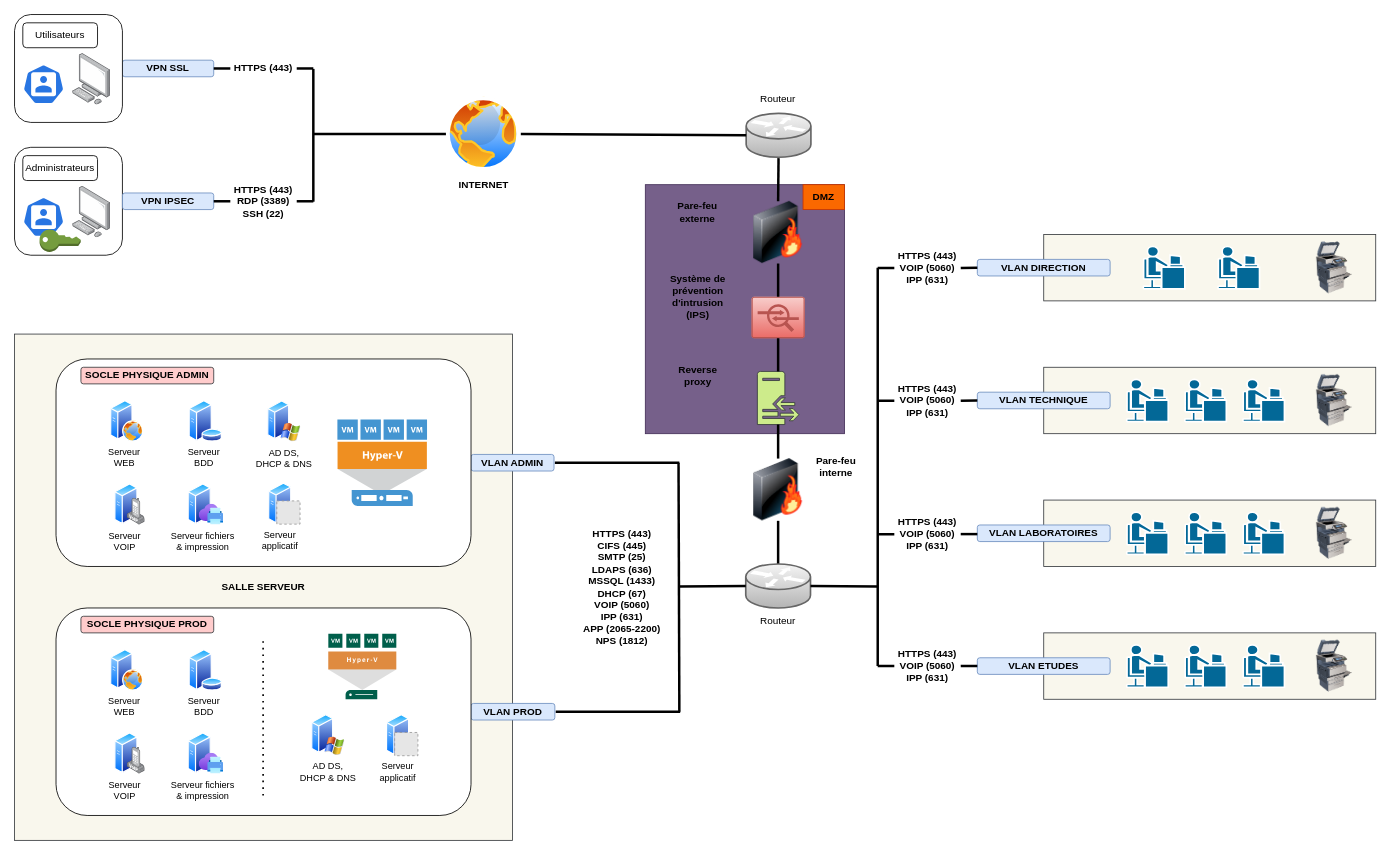
This is p11.drawio from ecto-w/openclassrooms_ASR, a draw.io file, before an edit. Source tidied: cells renumbered, new cells numbered last; positions are measured from the earlier drawing's top-left corner, leaving out a move shared by most shapes. Both pictures are drawn from the tidied source at 83%, with x=0, y=0 at pixel (14, 14). Pictures stored in the file or linked from it are replaced by grey dashed boxes.
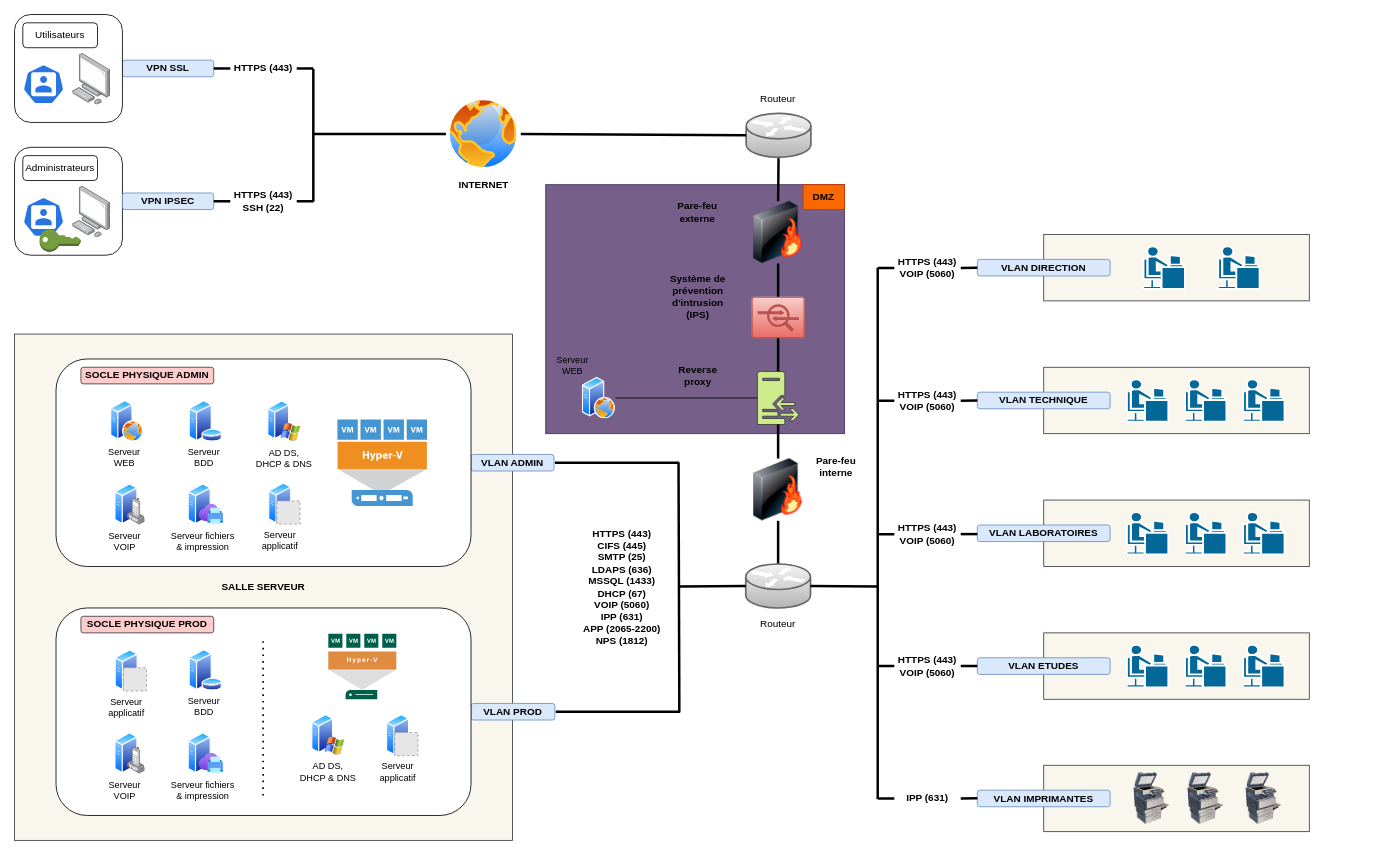
Above is the later version.

Unchanged cells that the change refers to:
```xml
<mxCell id="23" style="sketch=0;shadow=0;dashed=0;html=1;strokeColor=#36393d;fillColor=#cdeb8b;labelPosition=center;verticalLabelPosition=bottom;verticalAlign=top;outlineConnect=0;align=center;shape=mxgraph.office.servers.reverse_proxy;" parent="1" vertex="1">
  <mxGeometry x="895" y="430" width="50" height="64" as="geometry" />
</mxCell>
```

What changed in the source:
```diff
@@
+    <mxCell id="143" style="rounded=0;whiteSpace=wrap;html=1;shadow=0;glass=0;align=center;fillColor=#f9f7ed;strokeColor=#36393d;" parent="1" vertex="1">
+      <mxGeometry x="1240" y="904.5" width="320" height="80" as="geometry" />
+    </mxCell>
     <mxCell id="2" style="rounded=0;whiteSpace=wrap;html=1;fillColor=#76608a;fontColor=#ffffff;strokeColor=#432D57;" parent="1" vertex="1">
-      <mxGeometry x="760" y="205" width="240" height="300" as="geometry" />
+      <mxGeometry x="640" y="205" width="360" height="300" as="geometry" />
     </mxCell>
     <mxCell id="3" style="rounded=0;whiteSpace=wrap;html=1;shadow=0;glass=0;align=center;fillColor=#f9f7ed;strokeColor=#36393d;" parent="1" vertex="1">
-      <mxGeometry x="1240" y="745" width="400" height="80" as="geometry" />
+      <mxGeometry x="1240" y="745" width="320" height="80" as="geometry" />
     </mxCell>
     <mxCell id="4" style="rounded=0;whiteSpace=wrap;html=1;shadow=0;glass=0;align=center;fillColor=#f9f7ed;strokeColor=#36393d;" parent="1" vertex="1">
-      <mxGeometry x="1240" y="585" width="400" height="80" as="geometry" />
+      <mxGeometry x="1240" y="585" width="320" height="80" as="geometry" />
     </mxCell>
     <mxCell id="5" style="rounded=0;whiteSpace=wrap;html=1;shadow=0;glass=0;align=center;fillColor=#f9f7ed;strokeColor=#36393d;" parent="1" vertex="1">
-      <mxGeometry x="1240" y="425" width="400" height="80" as="geometry" />
+      <mxGeometry x="1240" y="425" width="320" height="80" as="geometry" />
     </mxCell>
     <mxCell id="6" style="rounded=0;whiteSpace=wrap;html=1;shadow=0;glass=0;align=center;fillColor=#f9f7ed;strokeColor=#36393d;" parent="1" vertex="1">
-      <mxGeometry x="1240" y="265" width="400" height="80" as="geometry" />
+      <mxGeometry x="1240" y="265" width="320" height="80" as="geometry" />
     </mxCell>
@@
-    <mxCell id="46" style="group;" parent="1" vertex="1">
-      <mxGeometry x="110" y="765" width="50.8" height="78" as="geometry" />
-    </mxCell>
-    <mxCell id="47" style="image;perimeter=ellipsePerimeter;html=1;align=center;shadow=0;dashed=0;spacingTop=3;image=img/lib/active_directory/web_server.svg;" parent="46" vertex="1">
-      <mxGeometry x="5.7" width="40" height="50" as="geometry" />
-    </mxCell>
-    <mxCell id="48" value="Serveur WEB" style="text;html=1;strokeColor=none;fillColor=none;align=center;verticalAlign=middle;whiteSpace=wrap;rounded=0;fontStyle=0;fontSize=11;" parent="46" vertex="1">
-      <mxGeometry y="55" width="45.1" height="28" as="geometry" />
-    </mxCell>
-    <mxCell id="49" style="group;" parent="46" vertex="1">
-      <mxGeometry x="95.7" width="45.1" height="78" as="geometry" />
-    </mxCell>
-    <mxCell id="50" style="image;perimeter=ellipsePerimeter;html=1;align=center;shadow=0;dashed=0;spacingTop=3;image=img/lib/active_directory/database_server.svg;" parent="49" vertex="1">
-      <mxGeometry x="4.1" width="41" height="50" as="geometry" />
-    </mxCell>
-    <mxCell id="51" value="Serveur BDD" style="text;html=1;strokeColor=none;fillColor=none;align=center;verticalAlign=middle;whiteSpace=wrap;rounded=0;fontStyle=0;fontSize=11;" parent="49" vertex="1">
-      <mxGeometry y="55" width="45.1" height="28" as="geometry" />
-    </mxCell>
@@
     <mxCell id="71" value="Routeur" style="text;html=1;strokeColor=none;fillColor=none;align=center;verticalAlign=middle;whiteSpace=wrap;rounded=0;" parent="1" vertex="1">
-      <mxGeometry x="890" y="716" width="60" height="30" as="geometry" />
+      <mxGeometry x="890" y="720" width="60" height="30" as="geometry" />
     </mxCell>
@@
     <mxCell id="76" style="endArrow=none;html=1;rounded=0;strokeWidth=3;" parent="1" edge="1">
       <mxGeometry relative="1" as="geometry">
-        <mxPoint x="1040" y="785" as="sourcePoint" />
+        <mxPoint x="1040" y="945" as="sourcePoint" />
         <mxPoint x="1040" y="305" as="targetPoint" />
       </mxGeometry>
     </mxCell>
@@
-    <mxCell id="94" style="image;html=1;image=img/lib/clip_art/computers/Printer_Commercial_128x128.png;" parent="1" vertex="1">
-      <mxGeometry x="1560" y="273.5" width="60" height="63" as="geometry" />
-    </mxCell>
-    <mxCell id="95" style="image;html=1;image=img/lib/clip_art/computers/Printer_Commercial_128x128.png;" parent="1" vertex="1">
-      <mxGeometry x="1560" y="433.5" width="60" height="63" as="geometry" />
-    </mxCell>
-    <mxCell id="96" style="image;html=1;image=img/lib/clip_art/computers/Printer_Commercial_128x128.png;" parent="1" vertex="1">
-      <mxGeometry x="1560" y="593.5" width="60" height="63" as="geometry" />
-    </mxCell>
     <mxCell id="97" style="image;html=1;image=img/lib/clip_art/computers/Printer_Commercial_128x128.png;" parent="1" vertex="1">
-      <mxGeometry x="1560" y="753.5" width="60" height="63" as="geometry" />
+      <mxGeometry x="1340" y="913" width="60" height="63" as="geometry" />
     </mxCell>
@@
-    <mxCell id="101" value="HTTPS (443)&lt;br&gt;RDP (3389)&lt;br&gt;&lt;div&gt;SSH (22)&lt;br&gt;&lt;/div&gt;" style="text;html=1;strokeColor=none;fillColor=none;align=center;verticalAlign=middle;whiteSpace=wrap;rounded=0;fontStyle=1;" parent="1" vertex="1">
+    <mxCell id="101" value="HTTPS (443)&lt;br&gt;&lt;div&gt;SSH (22)&lt;br&gt;&lt;/div&gt;" style="text;html=1;strokeColor=none;fillColor=none;align=center;verticalAlign=middle;whiteSpace=wrap;rounded=0;fontStyle=1;" parent="1" vertex="1">
       <mxGeometry x="260" y="200" width="80" height="50" as="geometry" />
     </mxCell>
@@
-    <mxCell id="103" value="HTTPS (443)&lt;br style=&quot;font-size: 12px;&quot;&gt;&lt;div style=&quot;font-size: 12px;&quot;&gt;VOIP (5060)&lt;/div&gt;&lt;div style=&quot;font-size: 12px;&quot;&gt;IPP (631)&lt;/div&gt;" style="text;html=1;strokeColor=none;fillColor=none;align=center;verticalAlign=middle;whiteSpace=wrap;rounded=0;fontStyle=1;fontSize=12;" parent="1" vertex="1">
+    <mxCell id="103" value="HTTPS (443)&lt;br style=&quot;font-size: 12px;&quot;&gt;&lt;div style=&quot;font-size: 12px;&quot;&gt;VOIP (5060)&lt;/div&gt;" style="text;html=1;strokeColor=none;fillColor=none;align=center;verticalAlign=middle;whiteSpace=wrap;rounded=0;fontStyle=1;fontSize=12;" parent="1" vertex="1">
       <mxGeometry x="1060" y="280" width="80" height="50.5" as="geometry" />
     </mxCell>
@@
-    <mxCell id="106" value="HTTPS (443)&lt;br style=&quot;font-size: 12px;&quot;&gt;&lt;div style=&quot;font-size: 12px;&quot;&gt;VOIP (5060)&lt;/div&gt;&lt;div style=&quot;font-size: 12px;&quot;&gt;IPP (631)&lt;/div&gt;" style="text;html=1;strokeColor=none;fillColor=none;align=center;verticalAlign=middle;whiteSpace=wrap;rounded=0;fontStyle=1;fontSize=12;" parent="1" vertex="1">
+    <mxCell id="106" value="HTTPS (443)&lt;br style=&quot;font-size: 12px;&quot;&gt;&lt;div style=&quot;font-size: 12px;&quot;&gt;VOIP (5060)&lt;/div&gt;" style="text;html=1;strokeColor=none;fillColor=none;align=center;verticalAlign=middle;whiteSpace=wrap;rounded=0;fontStyle=1;fontSize=12;" parent="1" vertex="1">
       <mxGeometry x="1060" y="440" width="80" height="50.5" as="geometry" />
     </mxCell>
@@
-    <mxCell id="109" value="HTTPS (443)&lt;br style=&quot;font-size: 12px;&quot;&gt;&lt;div style=&quot;font-size: 12px;&quot;&gt;VOIP (5060)&lt;/div&gt;&lt;div style=&quot;font-size: 12px;&quot;&gt;IPP (631)&lt;/div&gt;" style="text;html=1;strokeColor=none;fillColor=none;align=center;verticalAlign=middle;whiteSpace=wrap;rounded=0;fontStyle=1;fontSize=12;" parent="1" vertex="1">
+    <mxCell id="109" value="HTTPS (443)&lt;br style=&quot;font-size: 12px;&quot;&gt;&lt;div style=&quot;font-size: 12px;&quot;&gt;VOIP (5060)&lt;/div&gt;" style="text;html=1;strokeColor=none;fillColor=none;align=center;verticalAlign=middle;whiteSpace=wrap;rounded=0;fontStyle=1;fontSize=12;" parent="1" vertex="1">
       <mxGeometry x="1060" y="601" width="80" height="50.5" as="geometry" />
     </mxCell>
@@
-    <mxCell id="112" value="HTTPS (443)&lt;br style=&quot;font-size: 12px;&quot;&gt;&lt;div style=&quot;font-size: 12px;&quot;&gt;VOIP (5060)&lt;/div&gt;&lt;div style=&quot;font-size: 12px;&quot;&gt;IPP (631)&lt;/div&gt;" style="text;html=1;strokeColor=none;fillColor=none;align=center;verticalAlign=middle;whiteSpace=wrap;rounded=0;fontStyle=1;fontSize=12;" parent="1" vertex="1">
+    <mxCell id="112" value="HTTPS (443)&lt;br style=&quot;font-size: 12px;&quot;&gt;&lt;div style=&quot;font-size: 12px;&quot;&gt;VOIP (5060)&lt;/div&gt;" style="text;html=1;strokeColor=none;fillColor=none;align=center;verticalAlign=middle;whiteSpace=wrap;rounded=0;fontStyle=1;fontSize=12;" parent="1" vertex="1">
       <mxGeometry x="1060" y="759.8" width="80" height="50.5" as="geometry" />
     </mxCell>
@@
-    <mxCell id="117" style="group;" parent="1" vertex="1">
-      <mxGeometry x="110" y="465" width="50.8" height="78" as="geometry" />
-    </mxCell>
-    <mxCell id="118" style="image;perimeter=ellipsePerimeter;html=1;align=center;shadow=0;dashed=0;spacingTop=3;image=img/lib/active_directory/web_server.svg;" parent="117" vertex="1">
-      <mxGeometry x="5.7" width="40" height="50" as="geometry" />
-    </mxCell>
-    <mxCell id="119" value="Serveur WEB" style="text;html=1;strokeColor=none;fillColor=none;align=center;verticalAlign=middle;whiteSpace=wrap;rounded=0;fontStyle=0;fontSize=11;" parent="117" vertex="1">
-      <mxGeometry y="55" width="45.1" height="28" as="geometry" />
-    </mxCell>
-    <mxCell id="120" style="group;" parent="117" vertex="1">
-      <mxGeometry x="95.7" width="45.1" height="78" as="geometry" />
-    </mxCell>
-    <mxCell id="121" style="image;perimeter=ellipsePerimeter;html=1;align=center;shadow=0;dashed=0;spacingTop=3;image=img/lib/active_directory/database_server.svg;" parent="120" vertex="1">
-      <mxGeometry x="4.1" width="41" height="50" as="geometry" />
-    </mxCell>
-    <mxCell id="122" value="Serveur BDD" style="text;html=1;strokeColor=none;fillColor=none;align=center;verticalAlign=middle;whiteSpace=wrap;rounded=0;fontStyle=0;fontSize=11;" parent="120" vertex="1">
-      <mxGeometry y="55" width="45.1" height="28" as="geometry" />
-    </mxCell>
@@
+    <mxCell id="49" style="group;" parent="1" vertex="1">
+      <mxGeometry x="205.7" y="765" width="45.1" height="78" as="geometry" />
+    </mxCell>
+    <mxCell id="50" style="image;perimeter=ellipsePerimeter;html=1;align=center;shadow=0;dashed=0;spacingTop=3;image=img/lib/active_directory/database_server.svg;" parent="49" vertex="1">
+      <mxGeometry x="4.1" width="41" height="50" as="geometry" />
+    </mxCell>
+    <mxCell id="51" value="Serveur BDD" style="text;html=1;strokeColor=none;fillColor=none;align=center;verticalAlign=middle;whiteSpace=wrap;rounded=0;fontStyle=0;fontSize=11;" parent="49" vertex="1">
+      <mxGeometry y="55" width="45.1" height="28" as="geometry" />
+    </mxCell>
+    <mxCell id="120" style="group;" parent="1" vertex="1">
+      <mxGeometry x="205.7" y="465" width="45.1" height="78" as="geometry" />
+    </mxCell>
+    <mxCell id="121" style="image;perimeter=ellipsePerimeter;html=1;align=center;shadow=0;dashed=0;spacingTop=3;image=img/lib/active_directory/database_server.svg;" parent="120" vertex="1">
+      <mxGeometry x="4.1" width="41" height="50" as="geometry" />
+    </mxCell>
+    <mxCell id="122" value="Serveur BDD" style="text;html=1;strokeColor=none;fillColor=none;align=center;verticalAlign=middle;whiteSpace=wrap;rounded=0;fontStyle=0;fontSize=11;" parent="120" vertex="1">
+      <mxGeometry y="55" width="45.1" height="28" as="geometry" />
+    </mxCell>
+    <mxCell id="144" style="group;" parent="1" vertex="1">
+      <mxGeometry x="110" y="465" width="45.7" height="83" as="geometry" />
+    </mxCell>
+    <mxCell id="145" style="group;" parent="144" vertex="1">
+      <mxGeometry width="45.7" height="83" as="geometry" />
+    </mxCell>
+    <mxCell id="118" style="image;perimeter=ellipsePerimeter;html=1;align=center;shadow=0;dashed=0;spacingTop=3;image=img/lib/active_directory/web_server.svg;" parent="145" vertex="1">
+      <mxGeometry x="5.7" width="40" height="50" as="geometry" />
+    </mxCell>
+    <mxCell id="119" value="Serveur WEB" style="text;html=1;strokeColor=none;fillColor=none;align=center;verticalAlign=middle;whiteSpace=wrap;rounded=0;fontStyle=0;fontSize=11;" parent="145" vertex="1">
+      <mxGeometry y="55" width="45.1" height="28" as="geometry" />
+    </mxCell>
+    <mxCell id="146" style="endArrow=none;html=1;rounded=0;entryX=1;entryY=0.5;entryDx=0;entryDy=0;" parent="1" edge="1" source="23" target="47">
+      <mxGeometry relative="1" as="geometry" />
+    </mxCell>
+    <mxCell id="48" value="Serveur WEB" style="text;html=1;strokeColor=none;fillColor=none;align=center;verticalAlign=middle;whiteSpace=wrap;rounded=0;fontStyle=0;fontSize=11;" parent="1" vertex="1">
+      <mxGeometry x="650" y="409" width="45.1" height="28" as="geometry" />
+    </mxCell>
+    <mxCell id="47" style="image;perimeter=ellipsePerimeter;html=1;align=center;shadow=0;dashed=0;spacingTop=3;image=img/lib/active_directory/web_server.svg;" parent="1" vertex="1">
+      <mxGeometry x="684" y="437" width="40" height="50" as="geometry" />
+    </mxCell>
+    <mxCell id="147" value="VLAN IMPRIMANTES" style="rounded=1;whiteSpace=wrap;html=1;shadow=0;glass=0;fillColor=#dae8fc;strokeColor=#6c8ebf;align=center;fontStyle=1;" parent="1" vertex="1">
+      <mxGeometry x="1160" y="934.5" width="160" height="20" as="geometry" />
+    </mxCell>
+    <mxCell id="148" style="endArrow=none;html=1;rounded=0;exitX=1;exitY=0.5;exitDx=0;exitDy=0;strokeWidth=3;jumpStyle=gap;entryX=0;entryY=0.5;entryDx=0;entryDy=0;" parent="1" edge="1" target="149">
+      <mxGeometry relative="1" as="geometry">
+        <mxPoint x="1040" y="944.5" as="sourcePoint" />
+      </mxGeometry>
+    </mxCell>
+    <mxCell id="149" value="IPP (631)" style="text;html=1;strokeColor=none;fillColor=none;align=center;verticalAlign=middle;whiteSpace=wrap;rounded=0;fontStyle=1;fontSize=12;" parent="1" vertex="1">
+      <mxGeometry x="1060" y="919.2" width="80" height="50.5" as="geometry" />
+    </mxCell>
+    <mxCell id="150" style="endArrow=none;html=1;rounded=0;exitX=0;exitY=0.5;exitDx=0;exitDy=0;strokeWidth=3;jumpStyle=gap;entryX=1;entryY=0.5;entryDx=0;entryDy=0;" parent="1" edge="1" target="149">
+      <mxGeometry relative="1" as="geometry">
+        <mxPoint x="1160" y="944.2" as="sourcePoint" />
+      </mxGeometry>
+    </mxCell>
+    <mxCell id="151" style="image;html=1;image=img/lib/clip_art/computers/Printer_Commercial_128x128.png;" parent="1" vertex="1">
+      <mxGeometry x="1405" y="913" width="60" height="63" as="geometry" />
+    </mxCell>
+    <mxCell id="152" style="image;html=1;image=img/lib/clip_art/computers/Printer_Commercial_128x128.png;" parent="1" vertex="1">
+      <mxGeometry x="1475" y="913" width="60" height="63" as="geometry" />
+    </mxCell>
+    <mxCell id="153" style="group;" parent="1" vertex="1">
+      <mxGeometry x="100" y="765" width="70" height="90" as="geometry" />
+    </mxCell>
+    <mxCell id="154" value="Serveur applicatif" style="text;html=1;strokeColor=none;fillColor=none;align=center;verticalAlign=middle;whiteSpace=wrap;rounded=0;fontStyle=0;fontSize=11;" parent="153" vertex="1">
+      <mxGeometry y="55" width="70" height="30" as="geometry" />
+    </mxCell>
+    <mxCell id="155" style="group;" parent="153" vertex="1">
+      <mxGeometry x="21" width="38" height="50" as="geometry" />
+    </mxCell>
+    <mxCell id="156" style="image;perimeter=ellipsePerimeter;html=1;align=center;shadow=0;dashed=0;spacingTop=3;image=img/lib/active_directory/generic_server.svg;" parent="155" vertex="1">
+      <mxGeometry width="28" height="50" as="geometry" />
+    </mxCell>
+    <mxCell id="157" style="fillColor=#E6E6E6;strokeColor=#999999;dashed=1;html=1;verticalAlign=top;verticalLabelPosition=bottom;labelBackgroundColor=#ffffff;" parent="155" vertex="1">
+      <mxGeometry x="10" y="22" width="28" height="28" as="geometry" />
+    </mxCell>
```
